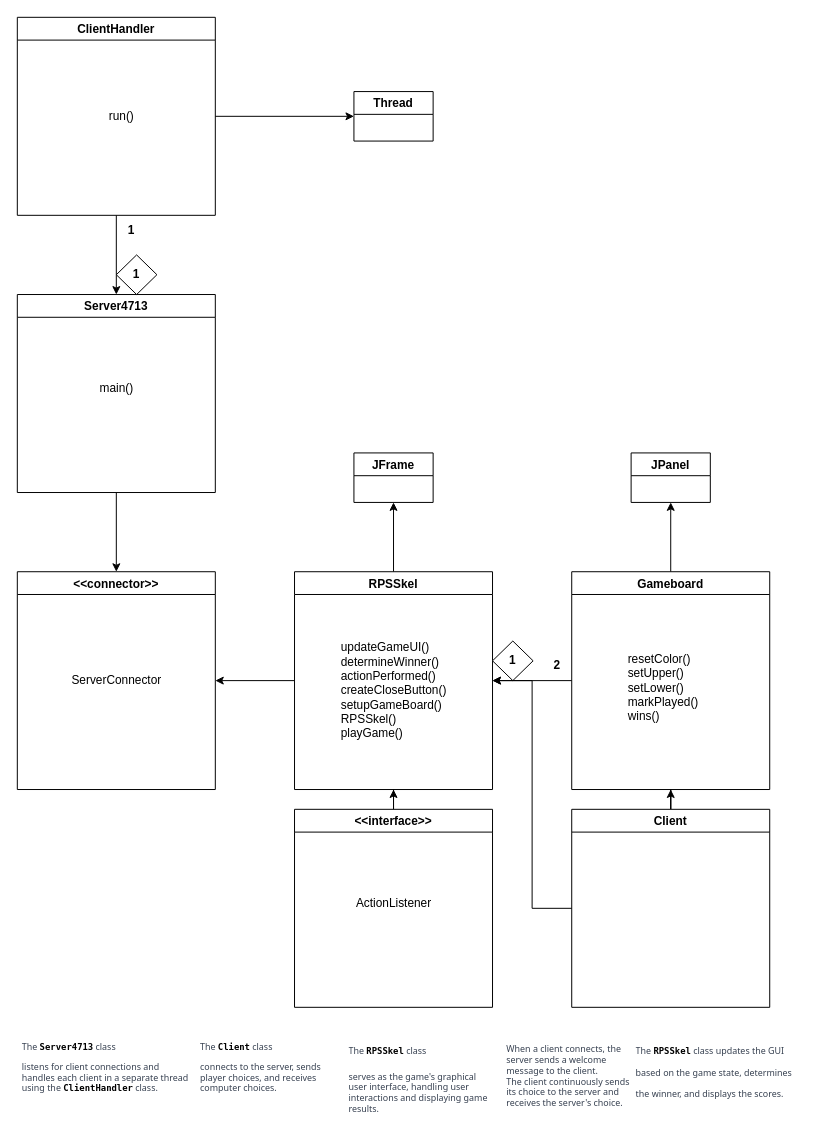
Earlier version of the draw.io diagram Laboration3/src/Diagram/UML Diagram - Rock, Paper, Scissors.drawio (Fluntin/Software-Engineering). Source tidied: cells renumbered, new cells numbered last; positions are measured from the earlier drawing's top-left corner, leaving out a move shared by most shapes. Both pictures are drawn from the tidied source at 99%, with x=0, y=0 at pixel (17, 17).
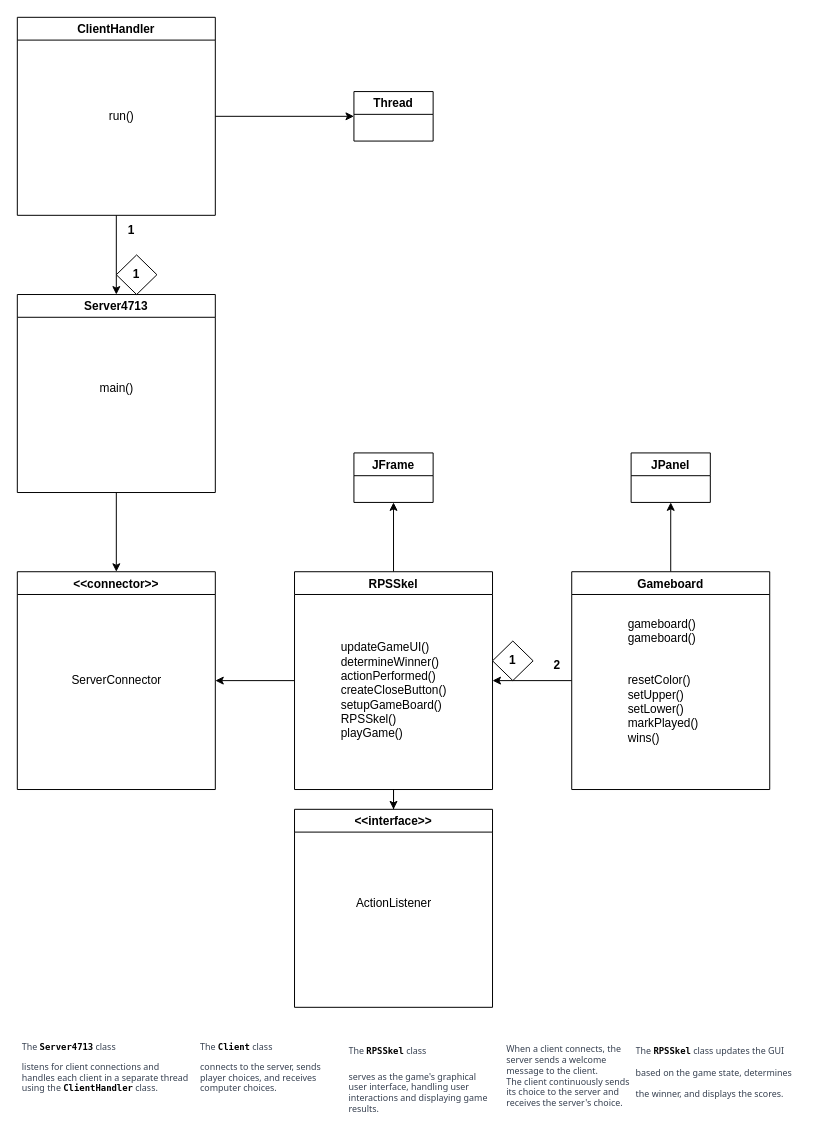
After the change.

Unchanged cells that the change refers to:
```xml
<mxCell id="5" value="Gameboard" style="swimlane;" parent="1" vertex="1">
  <mxGeometry x="560" y="560" width="200" height="220" as="geometry" />
</mxCell>
<mxCell id="9" value="RPSSkel" style="swimlane;" parent="1" vertex="1">
  <mxGeometry x="280" y="560" width="200" height="220" as="geometry" />
</mxCell>
<mxCell id="12" value="&lt;&lt;interface&gt;&gt;" style="swimlane;" parent="1" vertex="1">
  <mxGeometry x="280" y="800" width="200" height="200" as="geometry" />
</mxCell>
```

Diff of the diagram source:
```diff
@@
-    <mxCell id="6" value="&lt;div style=&quot;font-size: 12px;&quot;&gt;&lt;br&gt;&lt;/div&gt;&lt;div style=&quot;font-size: 12px;&quot;&gt;&lt;span style=&quot;background-color: initial;&quot;&gt;resetColor()&lt;/span&gt;&lt;br&gt;&lt;/div&gt;&lt;div style=&quot;font-size: 12px;&quot;&gt;&lt;font style=&quot;font-size: 12px;&quot;&gt;setUpper()&lt;/font&gt;&lt;/div&gt;&lt;div style=&quot;font-size: 12px;&quot;&gt;&lt;font style=&quot;font-size: 12px;&quot;&gt;setLower()&lt;/font&gt;&lt;/div&gt;&lt;div style=&quot;font-size: 12px;&quot;&gt;&lt;font style=&quot;font-size: 12px;&quot;&gt;markPlayed()&lt;/font&gt;&lt;/div&gt;&lt;div style=&quot;font-size: 12px;&quot;&gt;&lt;font style=&quot;font-size: 12px;&quot;&gt;wins()&lt;/font&gt;&lt;/div&gt;" style="text;html=1;align=left;verticalAlign=middle;strokeColor=none;fillColor=none;fontSize=12;fontFamily=Helvetica;" parent="5" vertex="1">
-      <mxGeometry x="55" y="60" width="90" height="100" as="geometry" />
+    <mxCell id="6" value="&lt;div style=&quot;font-size: 12px;&quot;&gt;gameboard()&lt;/div&gt;&lt;div style=&quot;font-size: 12px;&quot;&gt;gameboard()&lt;/div&gt;&lt;div style=&quot;font-size: 12px;&quot;&gt;&lt;br&gt;&lt;/div&gt;&lt;div style=&quot;font-size: 12px;&quot;&gt;&lt;br&gt;&lt;/div&gt;&lt;div style=&quot;font-size: 12px;&quot;&gt;&lt;span style=&quot;background-color: initial;&quot;&gt;resetColor()&lt;/span&gt;&lt;br&gt;&lt;/div&gt;&lt;div style=&quot;font-size: 12px;&quot;&gt;&lt;font style=&quot;font-size: 12px;&quot;&gt;setUpper()&lt;/font&gt;&lt;/div&gt;&lt;div style=&quot;font-size: 12px;&quot;&gt;&lt;font style=&quot;font-size: 12px;&quot;&gt;setLower()&lt;/font&gt;&lt;/div&gt;&lt;div style=&quot;font-size: 12px;&quot;&gt;&lt;font style=&quot;font-size: 12px;&quot;&gt;markPlayed()&lt;/font&gt;&lt;/div&gt;&lt;div style=&quot;font-size: 12px;&quot;&gt;&lt;font style=&quot;font-size: 12px;&quot;&gt;wins()&lt;/font&gt;&lt;/div&gt;" style="text;html=1;align=left;verticalAlign=middle;strokeColor=none;fillColor=none;fontSize=12;fontFamily=Helvetica;" parent="5" vertex="1">
+      <mxGeometry x="55" y="40" width="90" height="140" as="geometry" />
     </mxCell>
@@
+    <mxCell id="37" style="edgeStyle=orthogonalEdgeStyle;rounded=0;jettySize=auto;html=1;entryX=0.5;entryY=0;entryDx=0;entryDy=0;" parent="1" edge="1" source="9" target="12">
+      <mxGeometry relative="1" as="geometry" />
+    </mxCell>
@@
-    <mxCell id="11" style="edgeStyle=orthogonalEdgeStyle;rounded=0;jettySize=auto;html=1;entryX=0.5;entryY=1;entryDx=0;entryDy=0;" parent="1" edge="1" source="12" target="9">
-      <mxGeometry relative="1" as="geometry" />
-    </mxCell>
@@
-    <mxCell id="34" style="edgeStyle=orthogonalEdgeStyle;rounded=0;jettySize=auto;html=1;entryX=0.5;entryY=1;entryDx=0;entryDy=0;fontSize=12;" parent="1" edge="1" source="36" target="5">
-      <mxGeometry relative="1" as="geometry" />
-    </mxCell>
-    <mxCell id="35" style="edgeStyle=orthogonalEdgeStyle;rounded=0;jettySize=auto;html=1;entryX=1;entryY=0.5;entryDx=0;entryDy=0;fontSize=12;" parent="1" edge="1" source="36" target="9">
-      <mxGeometry relative="1" as="geometry" />
-    </mxCell>
-    <mxCell id="36" value="Client" style="swimlane;fontSize=12;" parent="1" vertex="1">
-      <mxGeometry x="560" y="800" width="200" height="200" as="geometry" />
-    </mxCell>
```
